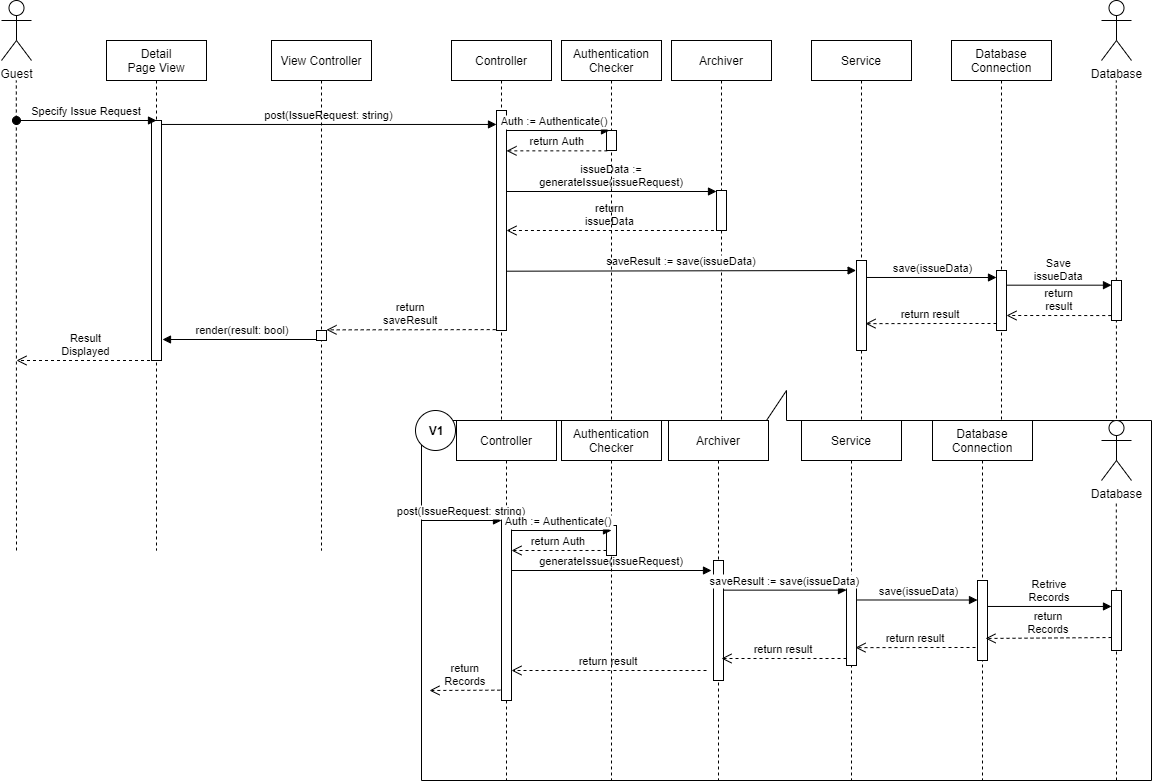
This is docs/SequenceDiagram/diagram_images/SD-UC-09.png from youngkwon02/Enhanced-library-management, a draw.io export, as it was before one commit. Source tidied: cells renumbered, new cells last; positions are measured from the earlier drawing's top-left corner, leaving out a move shared by most shapes.
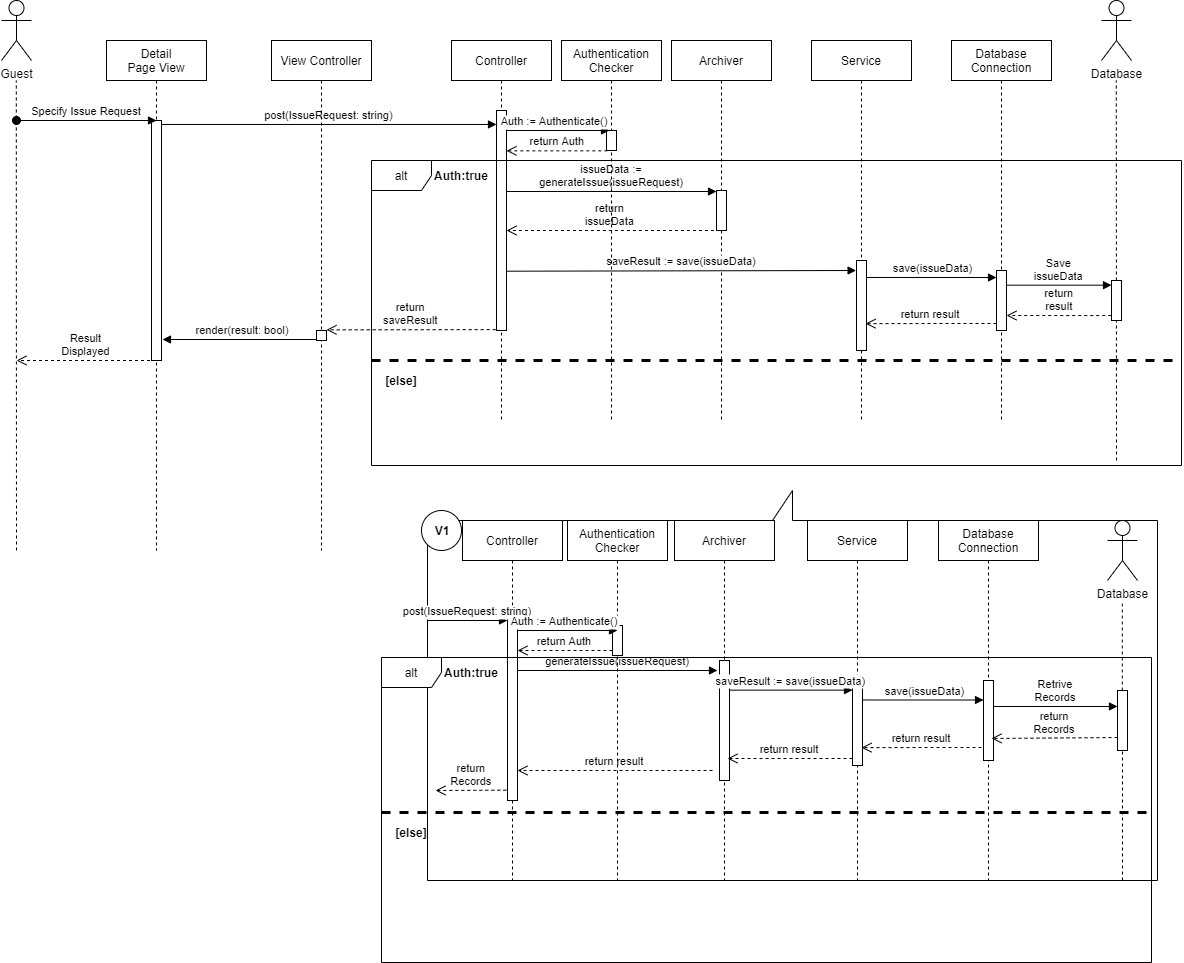
Later version of the same file.

Change to the diagram source:
```diff
@@ -3,10 +3,10 @@
     <mxCell id="0" />
     <mxCell id="1" parent="0" />
     <mxCell id="2" style="shape=callout;whiteSpace=wrap;html=1;perimeter=calloutPerimeter;rotation=-180;" parent="1" vertex="1">
-      <mxGeometry x="420" y="390" width="730" height="390" as="geometry" />
+      <mxGeometry x="426" y="490" width="730" height="390" as="geometry" />
     </mxCell>
     <mxCell id="3" value="Archiver" style="shape=umlLifeline;perimeter=lifelinePerimeter;rounded=0;shadow=0;strokeWidth=1;" parent="1" vertex="1">
-      <mxGeometry x="667" y="420" width="100" height="360" as="geometry" />
+      <mxGeometry x="673" y="520" width="100" height="360" as="geometry" />
     </mxCell>
     <mxCell id="4" style="points=[];perimeter=orthogonalPerimeter;rounded=0;shadow=0;strokeWidth=1;" parent="3" vertex="1">
       <mxGeometry x="45" y="140" width="10" height="120" as="geometry" />
@@ -94,78 +94,78 @@
       </mxGeometry>
     </mxCell>
     <mxCell id="23" value="Controller" style="shape=umlLifeline;perimeter=lifelinePerimeter;rounded=0;shadow=0;strokeWidth=1;" parent="1" vertex="1">
-      <mxGeometry x="455" y="420" width="100" height="360" as="geometry" />
+      <mxGeometry x="461" y="520" width="100" height="360" as="geometry" />
     </mxCell>
     <mxCell id="24" style="points=[];perimeter=orthogonalPerimeter;rounded=0;shadow=0;strokeWidth=1;" parent="23" vertex="1">
       <mxGeometry x="45" y="90" width="10" height="190" as="geometry" />
     </mxCell>
     <mxCell id="25" value="Database&#10;Connection" style="shape=umlLifeline;perimeter=lifelinePerimeter;rounded=0;shadow=0;strokeWidth=1;" parent="1" vertex="1">
-      <mxGeometry x="931" y="420" width="100" height="360" as="geometry" />
+      <mxGeometry x="937" y="520" width="100" height="360" as="geometry" />
     </mxCell>
     <mxCell id="26" style="perimeter=orthogonalPerimeter;rounded=0;shadow=0;strokeWidth=1;" parent="25" vertex="1">
       <mxGeometry x="45" y="160" width="10" height="80" as="geometry" />
     </mxCell>
     <mxCell id="27" value="Database" style="shape=umlActor;verticalLabelPosition=bottom;verticalAlign=top;html=1;" parent="1" vertex="1">
-      <mxGeometry x="1100" y="420" width="30" height="60" as="geometry" />
+      <mxGeometry x="1106" y="520" width="30" height="60" as="geometry" />
     </mxCell>
     <mxCell id="28" style="endArrow=none;dashed=1;html=1;startArrow=none;" parent="1" edge="1" source="29">
       <mxGeometry relative="1" as="geometry">
-        <mxPoint x="1114.8" y="500" as="targetPoint" />
+        <mxPoint x="1120.8" y="600" as="targetPoint" />
       </mxGeometry>
     </mxCell>
     <mxCell id="29" style="points=[];perimeter=orthogonalPerimeter;rounded=0;shadow=0;strokeWidth=1;" parent="1" vertex="1">
-      <mxGeometry x="1110" y="590" width="10" height="60" as="geometry" />
+      <mxGeometry x="1116" y="690" width="10" height="60" as="geometry" />
     </mxCell>
     <mxCell id="30" style="endArrow=none;dashed=1;html=1;startArrow=none;" parent="1" edge="1" target="29">
       <mxGeometry relative="1" as="geometry">
-        <mxPoint x="1115" y="780" as="sourcePoint" />
+        <mxPoint x="1121" y="880" as="sourcePoint" />
       </mxGeometry>
     </mxCell>
     <mxCell id="31" value="Retrive&#10;Records" style="verticalAlign=bottom;endArrow=block;shadow=0;strokeWidth=1;" parent="1" edge="1">
       <mxGeometry relative="1" as="geometry">
-        <mxPoint x="986" y="606" as="sourcePoint" />
-        <mxPoint x="1110" y="606" as="targetPoint" />
+        <mxPoint x="992" y="706" as="sourcePoint" />
+        <mxPoint x="1116" y="706" as="targetPoint" />
       </mxGeometry>
     </mxCell>
     <mxCell id="32" value="return&#10;Records" style="verticalAlign=bottom;endArrow=open;dashed=1;endSize=8;exitX=-0.026;exitY=1.002;shadow=0;strokeWidth=1;exitDx=0;exitDy=0;exitPerimeter=0;" parent="1" edge="1">
       <mxGeometry relative="1" as="geometry">
-        <mxPoint x="1110" y="637" as="sourcePoint" />
-        <mxPoint x="984" y="638" as="targetPoint" />
+        <mxPoint x="1116" y="737" as="sourcePoint" />
+        <mxPoint x="990" y="738" as="targetPoint" />
       </mxGeometry>
     </mxCell>
     <mxCell id="33" value="return&#10;Records" style="verticalAlign=bottom;endArrow=open;dashed=1;endSize=8;shadow=0;strokeWidth=1;exitX=0.083;exitY=0.931;exitDx=0;exitDy=0;exitPerimeter=0;" parent="1" edge="1">
       <mxGeometry relative="1" as="geometry">
-        <mxPoint x="498.8" y="689.7" as="sourcePoint" />
-        <mxPoint x="428" y="690" as="targetPoint" />
+        <mxPoint x="504.8" y="789.7" as="sourcePoint" />
+        <mxPoint x="434" y="790" as="targetPoint" />
       </mxGeometry>
     </mxCell>
     <mxCell id="34" style="ellipse;whiteSpace=wrap;html=1;" parent="1" vertex="1">
-      <mxGeometry x="414" y="410" width="40" height="40" as="geometry" />
+      <mxGeometry x="420" y="510" width="40" height="40" as="geometry" />
     </mxCell>
     <mxCell id="35" value="&lt;b&gt;V1&lt;/b&gt;" style="text;html=1;strokeColor=none;fillColor=none;align=center;verticalAlign=middle;whiteSpace=wrap;rounded=0;" parent="1" vertex="1">
-      <mxGeometry x="415" y="420" width="40" height="20" as="geometry" />
+      <mxGeometry x="421" y="520" width="40" height="20" as="geometry" />
     </mxCell>
     <mxCell id="36" value="generateIssue(issueRequest)" style="verticalAlign=bottom;endArrow=block;shadow=0;strokeWidth=1;" parent="1" edge="1">
       <mxGeometry relative="1" as="geometry">
-        <mxPoint x="510" y="570" as="sourcePoint" />
-        <mxPoint x="710" y="570" as="targetPoint" />
+        <mxPoint x="516" y="670" as="sourcePoint" />
+        <mxPoint x="716" y="670" as="targetPoint" />
       </mxGeometry>
     </mxCell>
     <mxCell id="37" value="post(IssueRequest: string)" style="verticalAlign=bottom;endArrow=block;shadow=0;strokeWidth=1;" parent="1" edge="1">
       <mxGeometry relative="1" as="geometry">
-        <mxPoint x="420" y="520" as="sourcePoint" />
-        <mxPoint x="500" y="520" as="targetPoint" />
+        <mxPoint x="426" y="620" as="sourcePoint" />
+        <mxPoint x="506" y="620" as="targetPoint" />
       </mxGeometry>
     </mxCell>
     <mxCell id="38" value="return result" style="verticalAlign=bottom;endArrow=open;dashed=1;endSize=8;shadow=0;strokeWidth=1;" parent="1" edge="1">
       <mxGeometry relative="1" as="geometry">
-        <mxPoint x="845" y="658" as="sourcePoint" />
-        <mxPoint x="720" y="658" as="targetPoint" />
+        <mxPoint x="851" y="758" as="sourcePoint" />
+        <mxPoint x="726" y="758" as="targetPoint" />
       </mxGeometry>
     </mxCell>
     <mxCell id="39" value="return result" style="verticalAlign=bottom;endArrow=open;dashed=1;endSize=8;shadow=0;strokeWidth=1;" parent="1" edge="1" target="24">
       <mxGeometry relative="1" as="geometry">
-        <mxPoint x="705" y="670" as="sourcePoint" />
+        <mxPoint x="711" y="770" as="sourcePoint" />
       </mxGeometry>
     </mxCell>
     <mxCell id="40" value="View Controller" style="shape=umlLifeline;perimeter=lifelinePerimeter;rounded=0;shadow=0;strokeWidth=1;" parent="1" vertex="1">
@@ -230,23 +230,23 @@
       <mxGeometry x="45" y="220" width="10" height="90" as="geometry" />
     </mxCell>
     <mxCell id="55" value="Service" style="shape=umlLifeline;perimeter=lifelinePerimeter;rounded=0;shadow=0;strokeWidth=1;" parent="1" vertex="1">
-      <mxGeometry x="800" y="420" width="100" height="360" as="geometry" />
+      <mxGeometry x="806" y="520" width="100" height="360" as="geometry" />
     </mxCell>
     <mxCell id="56" style="points=[];perimeter=orthogonalPerimeter;rounded=0;shadow=0;strokeWidth=1;" parent="55" vertex="1">
       <mxGeometry x="45" y="155" width="10" height="90" as="geometry" />
     </mxCell>
     <mxCell id="57" value=" save(issueData)" style="verticalAlign=bottom;endArrow=block;shadow=0;strokeWidth=1;entryX=-0.04;entryY=0.006;entryDx=0;entryDy=0;entryPerimeter=0;exitX=1.5;exitY=0.272;exitDx=0;exitDy=0;exitPerimeter=0;" parent="1" edge="1">
       <mxGeometry relative="1" as="geometry">
-        <mxPoint x="856" y="599.5" as="sourcePoint" />
-        <mxPoint x="976" y="599.5" as="targetPoint" />
+        <mxPoint x="862" y="699.5" as="sourcePoint" />
+        <mxPoint x="982" y="699.5" as="targetPoint" />
       </mxGeometry>
     </mxCell>
     <mxCell id="58" value="return result" style="verticalAlign=bottom;endArrow=open;dashed=1;endSize=8;shadow=0;strokeWidth=1;entryX=0.54;entryY=0.667;entryDx=0;entryDy=0;entryPerimeter=0;" parent="1" edge="1">
       <mxGeometry relative="1" as="geometry">
-        <mxPoint x="974" y="647" as="sourcePoint" />
-        <mxPoint x="854" y="647.1" as="targetPoint" />
+        <mxPoint x="980" y="747" as="sourcePoint" />
+        <mxPoint x="860" y="747.1" as="targetPoint" />
         <Array as="points">
-          <mxPoint x="930" y="647" />
+          <mxPoint x="936" y="747" />
         </Array>
       </mxGeometry>
     </mxCell>
@@ -254,21 +254,51 @@
       <mxGeometry relative="1" as="geometry" />
     </mxCell>
     <mxCell id="60" value="Authentication&#10;Checker" style="shape=umlLifeline;perimeter=lifelinePerimeter;rounded=0;shadow=0;strokeWidth=1;" parent="1" vertex="1">
-      <mxGeometry x="560" y="420" width="100" height="360" as="geometry" />
+      <mxGeometry x="566" y="520" width="100" height="360" as="geometry" />
     </mxCell>
     <mxCell id="61" style="points=[];perimeter=orthogonalPerimeter;rounded=0;shadow=0;strokeWidth=1;" parent="60" vertex="1">
       <mxGeometry x="45" y="105" width="10" height="30" as="geometry" />
     </mxCell>
     <mxCell id="62" value="Auth := Authenticate()" style="verticalAlign=bottom;endArrow=block;shadow=0;strokeWidth=1;" parent="1" edge="1">
       <mxGeometry x="-0.07" relative="1" as="geometry">
-        <mxPoint x="510" y="530" as="sourcePoint" />
-        <mxPoint x="610" y="530" as="targetPoint" />
+        <mxPoint x="516" y="630" as="sourcePoint" />
+        <mxPoint x="616" y="630" as="targetPoint" />
       </mxGeometry>
     </mxCell>
     <mxCell id="63" value="return Auth" style="verticalAlign=bottom;endArrow=open;dashed=1;endSize=8;shadow=0;strokeWidth=1;exitX=0;exitY=0.833;exitDx=0;exitDy=0;exitPerimeter=0;" parent="1" edge="1" source="61">
       <mxGeometry relative="1" as="geometry">
-        <mxPoint x="510" y="550" as="targetPoint" />
+        <mxPoint x="516" y="650" as="targetPoint" />
       </mxGeometry>
     </mxCell>
+    <mxCell id="64" value="alt" style="shape=umlFrame;whiteSpace=wrap;html=1;" parent="1" vertex="1">
+      <mxGeometry x="370" y="160" width="810" height="305" as="geometry" />
+    </mxCell>
+    <mxCell id="65" value="&lt;b&gt;Auth:true&lt;/b&gt;" style="text;html=1;strokeColor=none;fillColor=none;align=center;verticalAlign=middle;whiteSpace=wrap;rounded=0;" parent="1" vertex="1">
+      <mxGeometry x="440" y="165" width="40" height="20" as="geometry" />
+    </mxCell>
+    <mxCell id="66" style="endArrow=none;dashed=1;html=1;strokeWidth=3;" parent="1" edge="1">
+      <mxGeometry relative="1" as="geometry">
+        <mxPoint x="370" y="360" as="sourcePoint" />
+        <mxPoint x="1180" y="360" as="targetPoint" />
+      </mxGeometry>
+    </mxCell>
+    <mxCell id="67" value="&lt;b&gt;[else]&lt;/b&gt;" style="text;html=1;strokeColor=none;fillColor=none;align=center;verticalAlign=middle;whiteSpace=wrap;rounded=0;" parent="1" vertex="1">
+      <mxGeometry x="380" y="370" width="40" height="20" as="geometry" />
+    </mxCell>
+    <mxCell id="68" value="alt" style="shape=umlFrame;whiteSpace=wrap;html=1;" parent="1" vertex="1">
+      <mxGeometry x="380" y="657" width="770" height="305" as="geometry" />
+    </mxCell>
+    <mxCell id="69" value="&lt;b&gt;Auth:true&lt;/b&gt;" style="text;html=1;strokeColor=none;fillColor=none;align=center;verticalAlign=middle;whiteSpace=wrap;rounded=0;" parent="1" vertex="1">
+      <mxGeometry x="450" y="662" width="40" height="20" as="geometry" />
+    </mxCell>
+    <mxCell id="70" style="endArrow=none;dashed=1;html=1;strokeWidth=3;" parent="1" edge="1">
+      <mxGeometry relative="1" as="geometry">
+        <mxPoint x="380" y="812" as="sourcePoint" />
+        <mxPoint x="1150" y="812" as="targetPoint" />
+      </mxGeometry>
+    </mxCell>
+    <mxCell id="71" value="&lt;b&gt;[else]&lt;/b&gt;" style="text;html=1;strokeColor=none;fillColor=none;align=center;verticalAlign=middle;whiteSpace=wrap;rounded=0;" parent="1" vertex="1">
+      <mxGeometry x="390" y="822" width="40" height="20" as="geometry" />
+    </mxCell>
   </root>
 </mxGraphModel>
```
